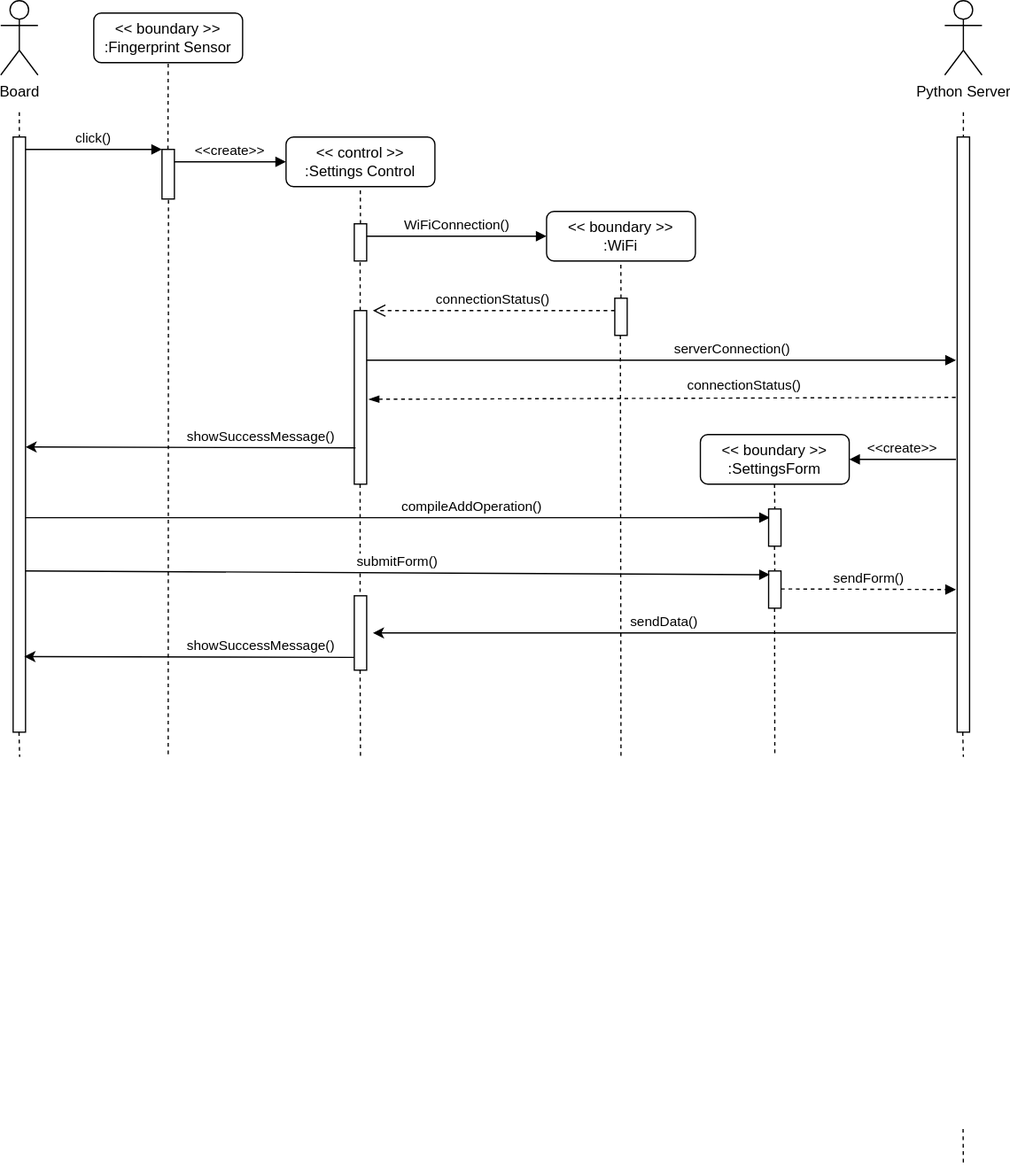
This is Documentazione/sd_server_operation.svg from Alberto-00/PassChain-IoT, a draw.io export, as it was before one commit. Source tidied: cells renumbered, new cells last; positions are measured from the earlier drawing's top-left corner, leaving out a move shared by most shapes. Its diagram source:
```xml
<mxGraphModel>
  <root>
    <mxCell id="0" />
    <mxCell id="1" parent="0" />
    <mxCell id="2" value="connectionStatus()" style="verticalAlign=bottom;endArrow=open;dashed=1;endSize=8;exitX=0;exitY=0.95;shadow=0;strokeWidth=1;" parent="1" edge="1">
      <mxGeometry relative="1" as="geometry">
        <mxPoint x="495" y="250" as="sourcePoint" />
        <mxPoint x="300" y="250" as="targetPoint" />
      </mxGeometry>
    </mxCell>
    <mxCell id="3" value="click()" style="verticalAlign=bottom;endArrow=block;shadow=0;strokeWidth=1;entryX=0;entryY=0;entryDx=0;entryDy=0;entryPerimeter=0;" parent="1" edge="1" target="7">
      <mxGeometry relative="1" as="geometry">
        <mxPoint x="20" y="120" as="sourcePoint" />
      </mxGeometry>
    </mxCell>
    <mxCell id="4" value="Board" style="shape=umlActor;verticalLabelPosition=bottom;verticalAlign=top;html=1;" parent="1" vertex="1">
      <mxGeometry width="30" height="60" as="geometry" />
    </mxCell>
    <mxCell id="5" style="perimeter=orthogonalPerimeter;rounded=0;shadow=0;strokeWidth=1;" parent="1" vertex="1">
      <mxGeometry x="10" y="110" width="10" height="480" as="geometry" />
    </mxCell>
    <mxCell id="6" style="endArrow=none;dashed=1;html=1;rounded=0;" parent="1" edge="1">
      <mxGeometry relative="1" as="geometry">
        <mxPoint x="15" y="90" as="sourcePoint" />
        <mxPoint x="15" y="110" as="targetPoint" />
      </mxGeometry>
    </mxCell>
    <mxCell id="7" style="points=[];perimeter=orthogonalPerimeter;rounded=0;shadow=0;strokeWidth=1;" parent="1" vertex="1">
      <mxGeometry x="130" y="120" width="10" height="40" as="geometry" />
    </mxCell>
    <mxCell id="8" style="endArrow=none;dashed=1;html=1;rounded=0;exitX=0.48;exitY=0;exitDx=0;exitDy=0;exitPerimeter=0;entryX=0.5;entryY=1;entryDx=0;entryDy=0;" parent="1" edge="1" source="7" target="9">
      <mxGeometry relative="1" as="geometry" />
    </mxCell>
    <mxCell id="9" value="&lt;div&gt;&amp;lt;&amp;lt; boundary &amp;gt;&amp;gt;&lt;/div&gt;&lt;div&gt;:Fingerprint Sensor&lt;br&gt;&lt;/div&gt;" style="rounded=1;whiteSpace=wrap;html=1;" parent="1" vertex="1">
      <mxGeometry x="75" y="10" width="120" height="40" as="geometry" />
    </mxCell>
    <mxCell id="10" style="endArrow=none;dashed=1;html=1;rounded=0;exitX=0.522;exitY=1.019;exitDx=0;exitDy=0;exitPerimeter=0;" parent="1" edge="1" source="7">
      <mxGeometry relative="1" as="geometry">
        <mxPoint x="135" y="610" as="targetPoint" />
      </mxGeometry>
    </mxCell>
    <mxCell id="11" value="&lt;&lt;create&gt;&gt;" style="verticalAlign=bottom;endArrow=block;shadow=0;strokeWidth=1;" parent="1" edge="1">
      <mxGeometry relative="1" as="geometry">
        <mxPoint x="140" y="130" as="sourcePoint" />
        <mxPoint x="230" y="130" as="targetPoint" />
      </mxGeometry>
    </mxCell>
    <mxCell id="12" value="&lt;div&gt;&amp;lt;&amp;lt; control &amp;gt;&amp;gt;&lt;/div&gt;&lt;div&gt;:Settings Control&lt;br&gt;&lt;/div&gt;" style="rounded=1;whiteSpace=wrap;html=1;" parent="1" vertex="1">
      <mxGeometry x="230" y="110" width="120" height="40" as="geometry" />
    </mxCell>
    <mxCell id="13" style="endArrow=none;dashed=1;html=1;rounded=0;entryX=0.5;entryY=1;entryDx=0;entryDy=0;" parent="1" edge="1">
      <mxGeometry relative="1" as="geometry">
        <mxPoint x="290" y="180" as="sourcePoint" />
        <mxPoint x="289.9" y="150" as="targetPoint" />
      </mxGeometry>
    </mxCell>
    <mxCell id="14" style="perimeter=orthogonalPerimeter;rounded=0;shadow=0;strokeWidth=1;" parent="1" vertex="1">
      <mxGeometry x="285" y="180" width="10" height="30" as="geometry" />
    </mxCell>
    <mxCell id="15" value="WiFiConnection()" style="verticalAlign=bottom;endArrow=block;shadow=0;strokeWidth=1;" parent="1" edge="1">
      <mxGeometry relative="1" as="geometry">
        <mxPoint x="295" y="190" as="sourcePoint" />
        <mxPoint x="440" y="190" as="targetPoint" />
      </mxGeometry>
    </mxCell>
    <mxCell id="16" value="&lt;div&gt;&amp;lt;&amp;lt; boundary &amp;gt;&amp;gt;&lt;/div&gt;&lt;div&gt;:WiFi&lt;br&gt;&lt;/div&gt;" style="rounded=1;whiteSpace=wrap;html=1;" parent="1" vertex="1">
      <mxGeometry x="440" y="170" width="120" height="40" as="geometry" />
    </mxCell>
    <mxCell id="17" style="endArrow=none;dashed=1;html=1;rounded=0;entryX=0.5;entryY=1;entryDx=0;entryDy=0;" parent="1" edge="1">
      <mxGeometry relative="1" as="geometry">
        <mxPoint x="500" y="240" as="sourcePoint" />
        <mxPoint x="499.9" y="210" as="targetPoint" />
      </mxGeometry>
    </mxCell>
    <mxCell id="18" style="perimeter=orthogonalPerimeter;rounded=0;shadow=0;strokeWidth=1;" parent="1" vertex="1">
      <mxGeometry x="495" y="240" width="10" height="30" as="geometry" />
    </mxCell>
    <mxCell id="19" style="endArrow=none;dashed=1;html=1;rounded=0;entryX=0.5;entryY=1;entryDx=0;entryDy=0;exitX=0.48;exitY=0;exitDx=0;exitDy=0;exitPerimeter=0;" parent="1" edge="1" source="20">
      <mxGeometry x="-1" y="30" relative="1" as="geometry">
        <mxPoint x="289.7" y="210" as="targetPoint" />
        <mxPoint x="30" y="30" as="offset" />
      </mxGeometry>
    </mxCell>
    <mxCell id="20" style="points=[];perimeter=orthogonalPerimeter;rounded=0;shadow=0;strokeWidth=1;" parent="1" vertex="1">
      <mxGeometry x="285" y="250" width="10" height="140" as="geometry" />
    </mxCell>
    <mxCell id="21" value="serverConnection()" style="verticalAlign=bottom;endArrow=block;shadow=0;strokeWidth=1;" parent="1" edge="1">
      <mxGeometry x="0.24" relative="1" as="geometry">
        <mxPoint x="295" y="290" as="sourcePoint" />
        <mxPoint x="770" y="290" as="targetPoint" />
      </mxGeometry>
    </mxCell>
    <mxCell id="22" value="compileAddOperation()" style="verticalAlign=bottom;endArrow=block;shadow=0;strokeWidth=1;entryX=0.1;entryY=0.233;entryDx=0;entryDy=0;entryPerimeter=0;" parent="1" edge="1" target="35">
      <mxGeometry x="0.2" relative="1" as="geometry">
        <mxPoint x="20" y="417" as="sourcePoint" />
      </mxGeometry>
    </mxCell>
    <mxCell id="23" value="connectionStatus()" style="verticalAlign=bottom;endArrow=none;shadow=0;strokeWidth=1;endFill=0;startArrow=blockThin;startFill=1;dashed=1;" parent="1" edge="1">
      <mxGeometry x="0.28" y="1" relative="1" as="geometry">
        <mxPoint x="296.7" y="321.5" as="sourcePoint" />
        <mxPoint x="770" y="320" as="targetPoint" />
      </mxGeometry>
    </mxCell>
    <mxCell id="24" value="showSuccessMessage()" style="verticalAlign=bottom;endArrow=none;shadow=0;strokeWidth=1;entryX=0.1;entryY=0.01;entryDx=0;entryDy=0;entryPerimeter=0;endFill=0;startArrow=classic;startFill=1;" parent="1" edge="1">
      <mxGeometry x="0.43" relative="1" as="geometry">
        <mxPoint x="20" y="360" as="sourcePoint" />
        <mxPoint x="286" y="360.7" as="targetPoint" />
      </mxGeometry>
    </mxCell>
    <mxCell id="25" value="showSuccessMessage()" style="verticalAlign=bottom;endArrow=none;shadow=0;strokeWidth=1;entryX=0.1;entryY=0.01;entryDx=0;entryDy=0;entryPerimeter=0;endFill=0;startArrow=classic;startFill=1;" parent="1" edge="1">
      <mxGeometry x="0.44" relative="1" as="geometry">
        <mxPoint x="19" y="529" as="sourcePoint" />
        <mxPoint x="285" y="529.7" as="targetPoint" />
      </mxGeometry>
    </mxCell>
    <mxCell id="26" style="points=[];perimeter=orthogonalPerimeter;rounded=0;shadow=0;strokeWidth=1;" parent="1" vertex="1">
      <mxGeometry x="285" y="480" width="10" height="60" as="geometry" />
    </mxCell>
    <mxCell id="27" value="Python Server" style="shape=umlActor;verticalLabelPosition=bottom;verticalAlign=top;html=1;" parent="1" vertex="1">
      <mxGeometry x="761" width="30" height="60" as="geometry" />
    </mxCell>
    <mxCell id="28" style="perimeter=orthogonalPerimeter;rounded=0;shadow=0;strokeWidth=1;" parent="1" vertex="1">
      <mxGeometry x="771" y="110" width="10" height="480" as="geometry" />
    </mxCell>
    <mxCell id="29" style="endArrow=none;dashed=1;html=1;rounded=0;" parent="1" edge="1">
      <mxGeometry relative="1" as="geometry">
        <mxPoint x="776" y="90" as="sourcePoint" />
        <mxPoint x="776" y="110" as="targetPoint" />
      </mxGeometry>
    </mxCell>
    <mxCell id="30" style="endArrow=none;dashed=1;html=1;rounded=0;" parent="1" edge="1">
      <mxGeometry x="1" y="-20" relative="1" as="geometry">
        <mxPoint x="775.8" y="910" as="sourcePoint" />
        <mxPoint x="776" y="940" as="targetPoint" />
      </mxGeometry>
    </mxCell>
    <mxCell id="31" style="endArrow=none;dashed=1;html=1;rounded=0;" parent="1" edge="1">
      <mxGeometry x="1" y="-20" relative="1" as="geometry">
        <mxPoint x="289.7" y="540" as="sourcePoint" />
        <mxPoint x="290" y="610" as="targetPoint" />
      </mxGeometry>
    </mxCell>
    <mxCell id="32" style="endArrow=none;dashed=1;html=1;rounded=0;" parent="1" edge="1" target="26">
      <mxGeometry x="1" y="-20" relative="1" as="geometry">
        <mxPoint x="289.7" y="390" as="sourcePoint" />
      </mxGeometry>
    </mxCell>
    <mxCell id="33" value="&lt;div&gt;&amp;lt;&amp;lt; boundary &amp;gt;&amp;gt;&lt;/div&gt;&lt;div&gt;:SettingsForm&lt;br&gt;&lt;/div&gt;" style="rounded=1;whiteSpace=wrap;html=1;" parent="1" vertex="1">
      <mxGeometry x="564" y="350" width="120" height="40" as="geometry" />
    </mxCell>
    <mxCell id="34" value="&lt;&lt;create&gt;&gt;" style="verticalAlign=bottom;endArrow=none;shadow=0;strokeWidth=1;endFill=0;startArrow=block;startFill=1;exitX=1;exitY=0.5;exitDx=0;exitDy=0;" parent="1" edge="1" source="33">
      <mxGeometry relative="1" as="geometry">
        <mxPoint x="770" y="370" as="targetPoint" />
      </mxGeometry>
    </mxCell>
    <mxCell id="35" style="points=[];perimeter=orthogonalPerimeter;rounded=0;shadow=0;strokeWidth=1;" parent="1" vertex="1">
      <mxGeometry x="619" y="410" width="10" height="30" as="geometry" />
    </mxCell>
    <mxCell id="36" style="endArrow=none;dashed=1;html=1;rounded=0;" parent="1" edge="1">
      <mxGeometry x="1" y="-20" relative="1" as="geometry">
        <mxPoint x="623.8" y="390" as="sourcePoint" />
        <mxPoint x="624" y="410" as="targetPoint" />
      </mxGeometry>
    </mxCell>
    <mxCell id="37" style="endArrow=none;dashed=1;html=1;rounded=0;" parent="1" edge="1">
      <mxGeometry x="1" y="-20" relative="1" as="geometry">
        <mxPoint x="623.7" y="440" as="sourcePoint" />
        <mxPoint x="624" y="460" as="targetPoint" />
      </mxGeometry>
    </mxCell>
    <mxCell id="38" style="points=[];perimeter=orthogonalPerimeter;rounded=0;shadow=0;strokeWidth=1;" parent="1" vertex="1">
      <mxGeometry x="619" y="460" width="10" height="30" as="geometry" />
    </mxCell>
    <mxCell id="39" value="submitForm()" style="verticalAlign=bottom;endArrow=block;shadow=0;strokeWidth=1;" parent="1" edge="1">
      <mxGeometry relative="1" as="geometry">
        <mxPoint x="20" y="460" as="sourcePoint" />
        <mxPoint x="620" y="463" as="targetPoint" />
      </mxGeometry>
    </mxCell>
    <mxCell id="40" value="sendForm()" style="verticalAlign=bottom;endArrow=block;shadow=0;strokeWidth=1;endFill=1;startArrow=none;startFill=0;dashed=1;" parent="1" edge="1">
      <mxGeometry relative="1" as="geometry">
        <mxPoint x="629" y="474.5" as="sourcePoint" />
        <mxPoint x="770" y="475" as="targetPoint" />
      </mxGeometry>
    </mxCell>
    <mxCell id="41" value="sendData()" style="verticalAlign=bottom;endArrow=none;shadow=0;strokeWidth=1;endFill=0;startArrow=classic;startFill=1;" parent="1" edge="1">
      <mxGeometry relative="1" as="geometry">
        <mxPoint x="300" y="510" as="sourcePoint" />
        <mxPoint x="770" y="510" as="targetPoint" />
      </mxGeometry>
    </mxCell>
    <mxCell id="42" style="endArrow=none;dashed=1;html=1;rounded=0;" parent="1" edge="1">
      <mxGeometry x="1" y="-20" relative="1" as="geometry">
        <mxPoint x="775.5" y="590" as="sourcePoint" />
        <mxPoint x="776" y="610" as="targetPoint" />
      </mxGeometry>
    </mxCell>
    <mxCell id="43" style="endArrow=none;dashed=1;html=1;rounded=0;" parent="1" edge="1">
      <mxGeometry x="1" y="-20" relative="1" as="geometry">
        <mxPoint x="14.8" y="590" as="sourcePoint" />
        <mxPoint x="15.2" y="610" as="targetPoint" />
      </mxGeometry>
    </mxCell>
    <mxCell id="44" style="endArrow=none;dashed=1;html=1;rounded=0;" parent="1" edge="1">
      <mxGeometry x="1" y="-20" relative="1" as="geometry">
        <mxPoint x="499.5" y="270" as="sourcePoint" />
        <mxPoint x="500" y="610" as="targetPoint" />
      </mxGeometry>
    </mxCell>
    <mxCell id="45" style="endArrow=none;dashed=1;html=1;rounded=0;exitX=0.481;exitY=0.997;exitDx=0;exitDy=0;exitPerimeter=0;" parent="1" edge="1" source="38">
      <mxGeometry x="1" y="-20" relative="1" as="geometry">
        <mxPoint x="624" y="610" as="targetPoint" />
      </mxGeometry>
    </mxCell>
  </root>
</mxGraphModel>
```
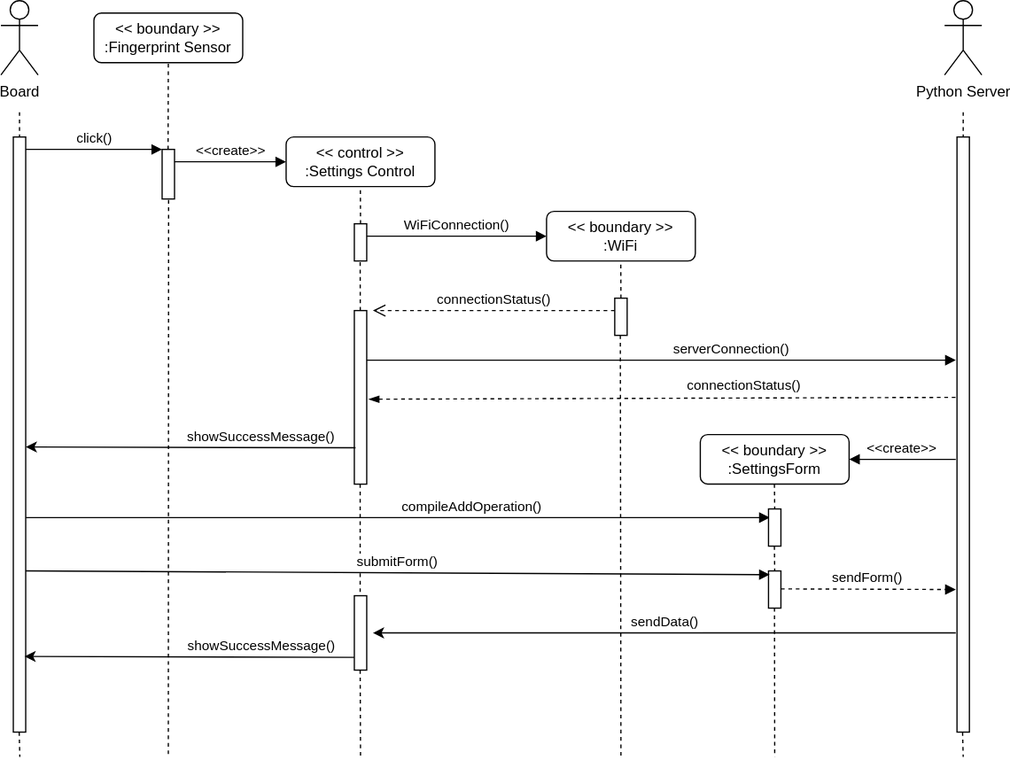
After the change.

Change to the diagram source:
```diff
@@ -128,12 +128,6 @@
         <mxPoint x="776" y="110" as="targetPoint" />
       </mxGeometry>
     </mxCell>
-    <mxCell id="30" style="endArrow=none;dashed=1;html=1;rounded=0;" parent="1" edge="1">
-      <mxGeometry x="1" y="-20" relative="1" as="geometry">
-        <mxPoint x="775.8" y="910" as="sourcePoint" />
-        <mxPoint x="776" y="940" as="targetPoint" />
-      </mxGeometry>
-    </mxCell>
     <mxCell id="31" style="endArrow=none;dashed=1;html=1;rounded=0;" parent="1" edge="1">
       <mxGeometry x="1" y="-20" relative="1" as="geometry">
         <mxPoint x="289.7" y="540" as="sourcePoint" />
```
